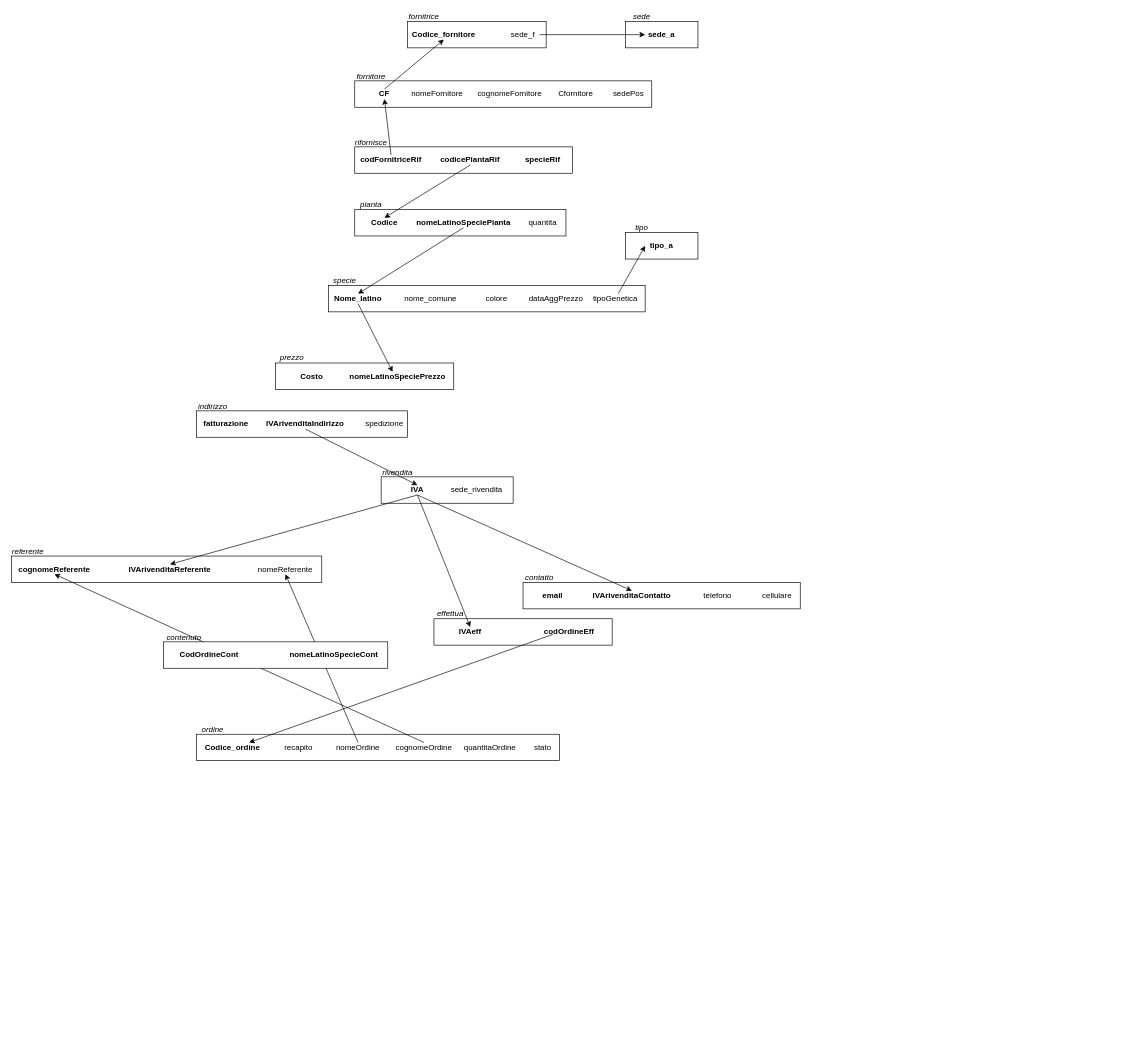
zeroParanoie/PROGETTO_BD keeps this draw.io diagram as ER_schema/PROG_LOGICA/traduzione_NonNormalizzata.drawio. Above is the earlier version. Source tidied: cells renumbered, new cells numbered last; positions are measured from the earlier drawing's top-left corner, leaving out a move shared by most shapes. Both pictures are drawn from the tidied source at 66%, with x=0, y=0 at pixel (11, 11).
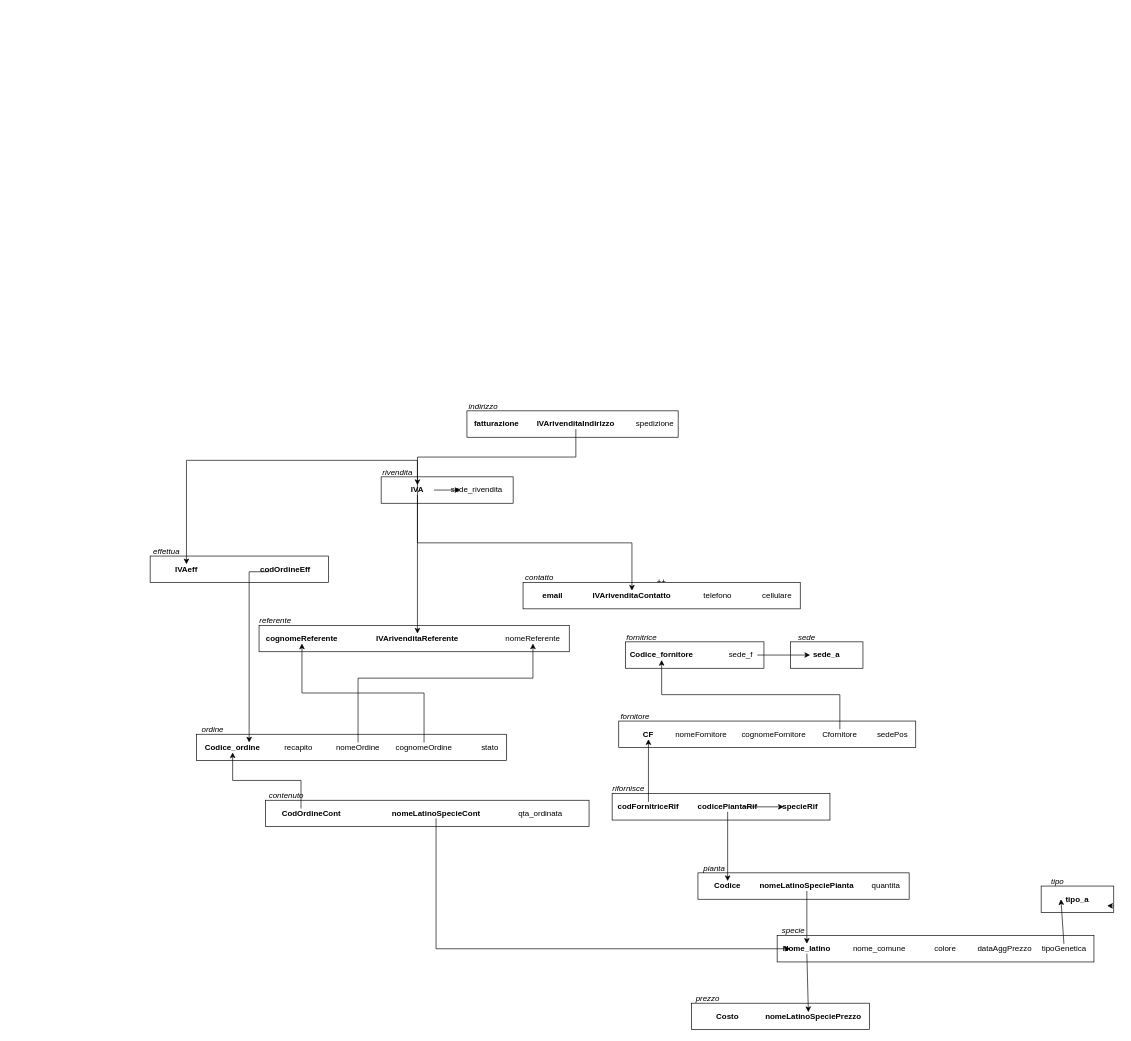
Above is the later version.

Unchanged cells that the change refers to:
```xml
<mxCell id="5" value="&lt;b&gt;IVArivenditaContatto&lt;br&gt;&lt;/b&gt;" style="text;html=1;strokeColor=none;fillColor=none;align=center;verticalAlign=middle;whiteSpace=wrap;rounded=0;" parent="2" vertex="1">
  <mxGeometry x="140" y="27.5" width="50" height="15" as="geometry" />
</mxCell>
<mxCell id="12" value="&lt;b&gt;IVArivenditaIndirizzo&lt;br&gt;&lt;/b&gt;" style="text;html=1;strokeColor=none;fillColor=none;align=center;verticalAlign=middle;whiteSpace=wrap;rounded=0;" parent="9" vertex="1">
  <mxGeometry x="140" y="27.5" width="50" height="15" as="geometry" />
</mxCell>
<mxCell id="15" style="group;" parent="1" vertex="1">
  <mxGeometry x="560" y="690" width="200" height="55" as="geometry" />
</mxCell>
<mxCell id="17" value="&lt;b&gt;IVA&lt;/b&gt;" style="text;html=1;strokeColor=none;fillColor=none;align=center;verticalAlign=middle;whiteSpace=wrap;rounded=0;" parent="15" vertex="1">
  <mxGeometry x="30" y="27.5" width="50" height="15" as="geometry" />
</mxCell>
<mxCell id="18" value="sede_rivendita" style="text;html=1;strokeColor=none;fillColor=none;align=center;verticalAlign=middle;whiteSpace=wrap;rounded=0;" parent="15" vertex="1">
  <mxGeometry x="120" y="27.5" width="50" height="15" as="geometry" />
</mxCell>
<mxCell id="28" value="&lt;b&gt;Nome_latino&lt;/b&gt;" style="text;html=1;strokeColor=none;fillColor=none;align=center;verticalAlign=middle;rounded=0;whiteSpace=wrap;" parent="26" vertex="1">
  <mxGeometry x="20" y="27.5" width="50" height="15" as="geometry" />
</mxCell>
<mxCell id="45" value="&lt;b&gt;IVAeff&lt;/b&gt;" style="text;html=1;strokeColor=none;fillColor=none;align=center;verticalAlign=middle;whiteSpace=wrap;rounded=0;" parent="43" vertex="1">
  <mxGeometry x="30" y="27.5" width="50" height="15" as="geometry" />
</mxCell>
<mxCell id="46" value="&lt;b&gt;codOrdineEff&lt;/b&gt;" style="text;html=1;strokeColor=none;fillColor=none;align=center;verticalAlign=middle;whiteSpace=wrap;rounded=0;" parent="43" vertex="1">
  <mxGeometry x="180" y="27.5" width="50" height="15" as="geometry" />
</mxCell>
<mxCell id="51" value="&lt;b&gt;codicePiantaRif&lt;br&gt;&lt;/b&gt;" style="text;html=1;strokeColor=none;fillColor=none;align=center;verticalAlign=middle;whiteSpace=wrap;rounded=0;" parent="48" vertex="1">
  <mxGeometry x="150" y="27.5" width="50" height="15" as="geometry" />
</mxCell>
<mxCell id="53" value="&lt;b&gt;specieRif&lt;/b&gt;" style="text;html=1;strokeColor=none;fillColor=none;align=center;verticalAlign=middle;whiteSpace=wrap;rounded=0;" parent="48" vertex="1">
  <mxGeometry x="260" y="27.5" width="50" height="15" as="geometry" />
</mxCell>
<mxCell id="56" value="&lt;b&gt;cognomeReferente&lt;/b&gt;" style="text;html=1;strokeColor=none;fillColor=none;align=center;verticalAlign=middle;whiteSpace=wrap;rounded=0;" parent="54" vertex="1">
  <mxGeometry x="40" y="27.5" width="50" height="15" as="geometry" />
</mxCell>
<mxCell id="59" value="nomeReferente" style="text;html=1;strokeColor=none;fillColor=none;align=center;verticalAlign=middle;whiteSpace=wrap;rounded=0;" parent="54" vertex="1">
  <mxGeometry x="390" y="27.5" width="50" height="15" as="geometry" />
</mxCell>
<mxCell id="62" value="&lt;b&gt;CF&lt;/b&gt;" style="text;html=1;strokeColor=none;fillColor=none;align=center;verticalAlign=middle;whiteSpace=wrap;rounded=0;" parent="60" vertex="1">
  <mxGeometry x="20" y="27.5" width="50" height="15" as="geometry" />
</mxCell>
<mxCell id="66" value="Cfornitore" style="text;html=1;strokeColor=none;fillColor=none;align=center;verticalAlign=middle;whiteSpace=wrap;rounded=0;" parent="60" vertex="1">
  <mxGeometry x="310" y="27.5" width="50" height="15" as="geometry" />
</mxCell>
<mxCell id="68" style="group;" parent="1" vertex="1">
  <mxGeometry x="280" y="1080" width="550" height="55" as="geometry" />
</mxCell>
<mxCell id="70" value="&lt;b&gt;Codice_ordine&lt;/b&gt;" style="text;html=1;strokeColor=none;fillColor=none;align=center;verticalAlign=middle;whiteSpace=wrap;rounded=0;" parent="68" vertex="1">
  <mxGeometry x="30" y="27.5" width="50" height="15" as="geometry" />
</mxCell>
<mxCell id="73" value="nomeOrdine" style="text;html=1;strokeColor=none;fillColor=none;align=center;verticalAlign=middle;whiteSpace=wrap;rounded=0;" parent="68" vertex="1">
  <mxGeometry x="220" y="27.5" width="50" height="15" as="geometry" />
</mxCell>
<mxCell id="74" value="cognomeOrdine" style="text;html=1;strokeColor=none;fillColor=none;align=center;verticalAlign=middle;whiteSpace=wrap;rounded=0;" parent="68" vertex="1">
  <mxGeometry x="320" y="27.5" width="50" height="15" as="geometry" />
</mxCell>
<mxCell id="78" style="rounded=0;whiteSpace=wrap;html=1;" parent="77" vertex="1">
  <mxGeometry y="15" width="110" height="40" as="geometry" />
</mxCell>
<mxCell id="87" value="&lt;b&gt;Codice_fornitore&lt;/b&gt;" style="text;html=1;strokeColor=none;fillColor=none;align=center;verticalAlign=middle;whiteSpace=wrap;rounded=0;" parent="85" vertex="1">
  <mxGeometry x="30" y="27.5" width="50" height="15" as="geometry" />
</mxCell>
<mxCell id="102" value="&lt;b&gt;CodOrdineCont&lt;/b&gt;" style="text;html=1;strokeColor=none;fillColor=none;align=center;verticalAlign=middle;whiteSpace=wrap;rounded=0;" parent="100" vertex="1">
  <mxGeometry x="37.8" y="27.5" width="63" height="15" as="geometry" />
</mxCell>
<mxCell id="103" value="&lt;b&gt;nomeLatinoSpecieCont&lt;/b&gt;" style="text;html=1;strokeColor=none;fillColor=none;align=center;verticalAlign=middle;whiteSpace=wrap;rounded=0;" parent="100" vertex="1">
  <mxGeometry x="226.7" y="27.5" width="63" height="15" as="geometry" />
</mxCell>
```

The edit, as a diff of the source:
```diff
@@
-    <mxCell id="2" style="group;" parent="1" vertex="1">
+    <mxCell id="2" value="++" style="group;" parent="1" vertex="1">
       <mxGeometry x="775" y="850" width="420" height="55" as="geometry" />
     </mxCell>
@@
     <mxCell id="9" style="group;" parent="1" vertex="1">
-      <mxGeometry x="280" y="590" width="320" height="55" as="geometry" />
+      <mxGeometry x="690" y="590" width="320" height="55" as="geometry" />
     </mxCell>
@@
+    <mxCell id="105" style="edgeStyle=orthogonalEdgeStyle;rounded=0;jettySize=auto;html=1;" parent="15" edge="1" source="17" target="18">
+      <mxGeometry relative="1" as="geometry" />
+    </mxCell>
@@
-    <mxCell id="20" style="rounded=0;jettySize=auto;html=1;exitX=0.5;exitY=1;exitDx=0;exitDy=0;entryX=0.5;entryY=0;entryDx=0;entryDy=0;" parent="1" edge="1" source="12" target="17">
+    <mxCell id="20" style="rounded=0;jettySize=auto;html=1;exitX=0.5;exitY=1;exitDx=0;exitDy=0;entryX=0.5;entryY=0;entryDx=0;entryDy=0;edgeStyle=orthogonalEdgeStyle;" parent="1" edge="1" source="12" target="17">
       <mxGeometry relative="1" as="geometry" />
     </mxCell>
     <mxCell id="21" style="group;" parent="1" vertex="1">
-      <mxGeometry x="400" y="517.5" width="270" height="55" as="geometry" />
+      <mxGeometry x="1030" y="1487.5" width="270" height="55" as="geometry" />
     </mxCell>
@@
     <mxCell id="26" style="group;" parent="1" vertex="1">
-      <mxGeometry x="480" y="400" width="480" height="55" as="geometry" />
+      <mxGeometry x="1160" y="1385" width="480" height="55" as="geometry" />
     </mxCell>
@@
     <mxCell id="34" style="group;" parent="1" vertex="1">
-      <mxGeometry x="520" y="285" width="320" height="55" as="geometry" />
+      <mxGeometry x="1040" y="1290" width="320" height="55" as="geometry" />
     </mxCell>
@@
-    <mxCell id="42" style="rounded=0;jettySize=auto;html=1;exitX=0.5;exitY=1;exitDx=0;exitDy=0;entryX=0.5;entryY=0;entryDx=0;entryDy=0;" parent="1" edge="1" source="17" target="5">
+    <mxCell id="42" style="rounded=0;jettySize=auto;html=1;exitX=0.5;exitY=1;exitDx=0;exitDy=0;entryX=0.5;entryY=0;entryDx=0;entryDy=0;edgeStyle=orthogonalEdgeStyle;" parent="1" edge="1" source="17" target="5">
       <mxGeometry relative="1" as="geometry" />
     </mxCell>
     <mxCell id="43" style="group;" parent="1" vertex="1">
-      <mxGeometry x="640" y="905" width="270" height="55" as="geometry" />
+      <mxGeometry x="210" y="810" width="270" height="55" as="geometry" />
     </mxCell>
@@
     <mxCell id="48" style="group;" parent="1" vertex="1">
-      <mxGeometry x="520" y="190" width="330" height="55" as="geometry" />
+      <mxGeometry x="910" y="1170" width="330" height="55" as="geometry" />
     </mxCell>
@@
+    <mxCell id="106" style="edgeStyle=orthogonalEdgeStyle;rounded=0;jettySize=auto;html=1;" parent="48" edge="1" source="51" target="53">
+      <mxGeometry relative="1" as="geometry" />
+    </mxCell>
@@
     <mxCell id="54" style="group;" parent="1" vertex="1">
-      <mxGeometry y="810" width="470" height="55" as="geometry" />
+      <mxGeometry x="375" y="915" width="470" height="55" as="geometry" />
     </mxCell>
@@
     <mxCell id="60" style="group;" parent="1" vertex="1">
-      <mxGeometry x="520" y="90" width="450" height="55" as="geometry" />
+      <mxGeometry x="920" y="1060" width="450" height="55" as="geometry" />
     </mxCell>
@@
     <mxCell id="69" style="rounded=0;whiteSpace=wrap;html=1;" parent="68" vertex="1">
-      <mxGeometry y="15" width="550" height="40" as="geometry" />
+      <mxGeometry y="15" width="470" height="40" as="geometry" />
     </mxCell>
@@
-    <mxCell id="75" value="quantitaOrdine" style="text;html=1;strokeColor=none;fillColor=none;align=center;verticalAlign=middle;whiteSpace=wrap;rounded=0;" parent="68" vertex="1">
-      <mxGeometry x="420" y="27.5" width="50" height="15" as="geometry" />
-    </mxCell>
     <mxCell id="76" value="stato" style="text;html=1;strokeColor=none;fillColor=none;align=center;verticalAlign=middle;whiteSpace=wrap;rounded=0;" parent="68" vertex="1">
-      <mxGeometry x="500" y="27.5" width="50" height="15" as="geometry" />
+      <mxGeometry x="420" y="27.5" width="50" height="15" as="geometry" />
     </mxCell>
     <mxCell id="77" style="group;" parent="1" vertex="1">
-      <mxGeometry x="930" y="320" width="110" height="55" as="geometry" />
+      <mxGeometry x="1560" y="1310" width="110" height="55" as="geometry" />
     </mxCell>
@@
+    <mxCell id="107" style="edgeStyle=orthogonalEdgeStyle;rounded=0;orthogonalLoop=1;jettySize=auto;html=1;exitX=1;exitY=0.75;exitDx=0;exitDy=0;entryX=0.909;entryY=0.739;entryDx=0;entryDy=0;entryPerimeter=0;" parent="77" edge="1" source="78" target="78">
+      <mxGeometry relative="1" as="geometry" />
+    </mxCell>
     <mxCell id="81" style="group;" parent="1" vertex="1">
-      <mxGeometry x="930" width="110" height="55" as="geometry" />
+      <mxGeometry x="1180" y="940" width="110" height="55" as="geometry" />
     </mxCell>
@@
     <mxCell id="85" style="group;" parent="1" vertex="1">
-      <mxGeometry x="600" width="210" height="55" as="geometry" />
+      <mxGeometry x="930" y="940" width="210" height="55" as="geometry" />
     </mxCell>
@@
-    <mxCell id="93" style="rounded=0;jettySize=auto;html=1;entryX=0.5;entryY=0;entryDx=0;entryDy=0;exitX=0.5;exitY=1;exitDx=0;exitDy=0;" parent="1" edge="1" source="17" target="45">
-      <mxGeometry relative="1" as="geometry" />
+    <mxCell id="93" style="rounded=0;jettySize=auto;html=1;entryX=0.5;entryY=0;entryDx=0;entryDy=0;exitX=0.5;exitY=1;exitDx=0;exitDy=0;edgeStyle=orthogonalEdgeStyle;" parent="1" edge="1" source="17" target="45">
+      <mxGeometry relative="1" as="geometry">
+        <Array as="points">
+          <mxPoint x="615" y="680" />
+          <mxPoint x="265" y="680" />
+        </Array>
+      </mxGeometry>
     </mxCell>
-    <mxCell id="94" style="rounded=0;jettySize=auto;html=1;exitX=0;exitY=0.75;exitDx=0;exitDy=0;entryX=1;entryY=0;entryDx=0;entryDy=0;" parent="1" edge="1" source="46" target="70">
+    <mxCell id="94" style="rounded=0;jettySize=auto;html=1;exitX=0;exitY=0.75;exitDx=0;exitDy=0;entryX=1;entryY=0;entryDx=0;entryDy=0;edgeStyle=orthogonalEdgeStyle;" parent="1" edge="1" source="46" target="70">
       <mxGeometry relative="1" as="geometry" />
     </mxCell>
@@
-    <mxCell id="96" style="rounded=0;jettySize=auto;html=1;exitX=0.5;exitY=0;exitDx=0;exitDy=0;entryX=0.5;entryY=1;entryDx=0;entryDy=0;" parent="1" edge="1" source="62" target="87">
+    <mxCell id="96" style="rounded=0;jettySize=auto;html=1;exitX=0.5;exitY=0;exitDx=0;exitDy=0;entryX=0.5;entryY=1;entryDx=0;entryDy=0;edgeStyle=elbowEdgeStyle;elbow=vertical;" parent="1" edge="1" source="66" target="87">
       <mxGeometry relative="1" as="geometry" />
     </mxCell>
@@
-    <mxCell id="98" style="rounded=0;jettySize=auto;html=1;exitX=0.5;exitY=0;exitDx=0;exitDy=0;entryX=0.5;entryY=1;entryDx=0;entryDy=0;" parent="1" edge="1" source="73" target="59">
-      <mxGeometry relative="1" as="geometry" />
+    <mxCell id="98" style="rounded=0;jettySize=auto;html=1;exitX=0.5;exitY=0;exitDx=0;exitDy=0;entryX=0.5;entryY=1;entryDx=0;entryDy=0;edgeStyle=orthogonalEdgeStyle;" parent="1" edge="1" source="73" target="59">
+      <mxGeometry relative="1" as="geometry">
+        <Array as="points">
+          <mxPoint x="525" y="1010" />
+          <mxPoint x="790" y="1010" />
+        </Array>
+      </mxGeometry>
     </mxCell>
-    <mxCell id="99" style="rounded=0;jettySize=auto;html=1;exitX=0.5;exitY=0;exitDx=0;exitDy=0;entryX=0.5;entryY=1;entryDx=0;entryDy=0;" parent="1" edge="1" source="74" target="56">
+    <mxCell id="99" style="rounded=0;jettySize=auto;html=1;exitX=0.5;exitY=0;exitDx=0;exitDy=0;entryX=0.5;entryY=1;entryDx=0;entryDy=0;edgeStyle=orthogonalEdgeStyle;" parent="1" edge="1" source="74" target="56">
       <mxGeometry relative="1" as="geometry" />
     </mxCell>
     <mxCell id="100" style="group;" parent="1" vertex="1">
-      <mxGeometry x="230" y="940" width="340" height="55" as="geometry" />
+      <mxGeometry x="385" y="1180" width="490" height="55" as="geometry" />
     </mxCell>
     <mxCell id="101" style="rounded=0;whiteSpace=wrap;html=1;" parent="100" vertex="1">
-      <mxGeometry y="15" width="340" height="40" as="geometry" />
+      <mxGeometry y="15" width="490" height="40" as="geometry" />
     </mxCell>
@@
+    <mxCell id="108" value="qta_ordinata" style="text;html=1;strokeColor=none;fillColor=none;align=center;verticalAlign=middle;whiteSpace=wrap;rounded=0;" parent="100" vertex="1">
+      <mxGeometry x="385" y="27.5" width="63" height="15" as="geometry" />
+    </mxCell>
+    <mxCell id="109" style="edgeStyle=orthogonalEdgeStyle;rounded=0;jettySize=auto;html=1;exitX=0.25;exitY=0;exitDx=0;exitDy=0;entryX=0.5;entryY=1;entryDx=0;entryDy=0;" parent="1" edge="1" source="102" target="70">
+      <mxGeometry relative="1" as="geometry" />
+    </mxCell>
+    <mxCell id="110" style="edgeStyle=orthogonalEdgeStyle;rounded=0;jettySize=auto;html=1;exitX=0.5;exitY=1;exitDx=0;exitDy=0;entryX=0;entryY=0.5;entryDx=0;entryDy=0;" parent="1" edge="1" source="103" target="28">
+      <mxGeometry relative="1" as="geometry" />
+    </mxCell>
```
